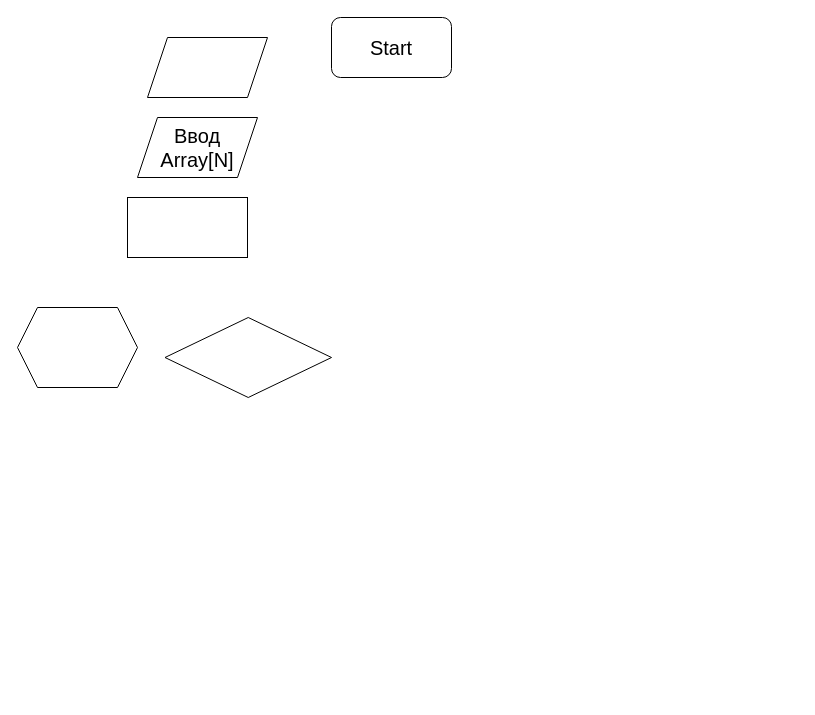
RomanBorisov2022/TEST keeps this draw.io diagram as test.drawio. Above is the earlier version. Source tidied: cells renumbered, new cells numbered last; positions are measured from the earlier drawing's top-left corner, leaving out a move shared by most shapes. Both pictures are drawn from the tidied source at 100%, with x=0, y=0 at pixel (17, 17).
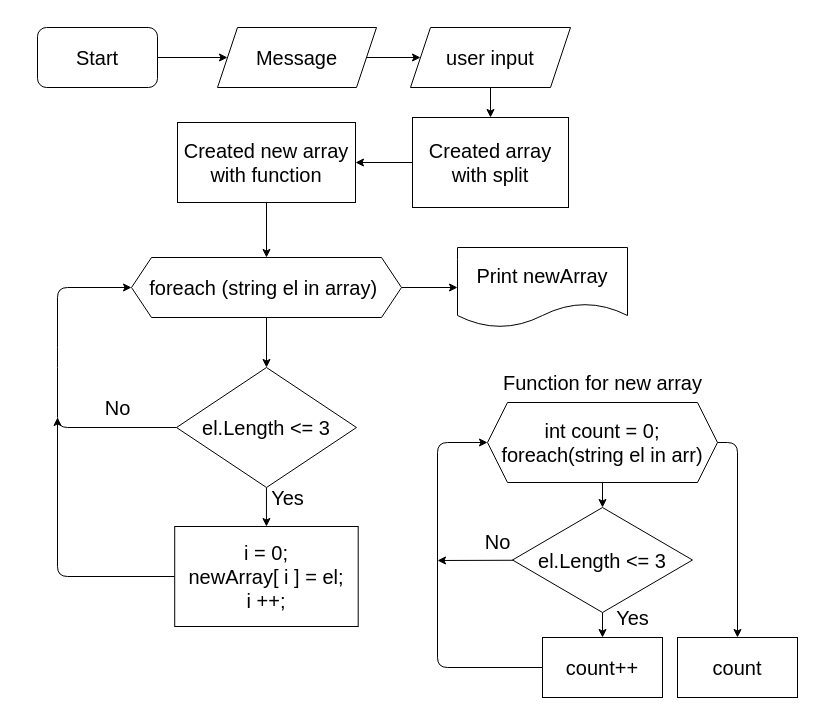
The same page after the edit.

Change to the diagram source:
```diff
@@
+    <mxCell id="8" style="edgeStyle=none;html=1;entryX=0;entryY=0.5;entryDx=0;entryDy=0;fontSize=20;" parent="1" edge="1" source="2" target="14">
+      <mxGeometry relative="1" as="geometry" />
+    </mxCell>
     <mxCell id="2" value="&lt;font style=&quot;font-size: 20px&quot;&gt;Start&lt;/font&gt;" style="rounded=1;whiteSpace=wrap;html=1;" parent="1" vertex="1">
-      <mxGeometry x="314" width="120" height="60" as="geometry" />
+      <mxGeometry x="20" y="10" width="120" height="60" as="geometry" />
     </mxCell>
+    <mxCell id="9" style="edgeStyle=none;html=1;entryX=0.5;entryY=0;entryDx=0;entryDy=0;fontSize=20;" parent="1" edge="1" source="3" target="4">
+      <mxGeometry relative="1" as="geometry" />
+    </mxCell>
-    <mxCell id="3" value="Ввод Array[N]" style="shape=parallelogram;perimeter=parallelogramPerimeter;whiteSpace=wrap;html=1;fixedSize=1;fontSize=20;" parent="1" vertex="1">
-      <mxGeometry x="120" y="100" width="120" height="60" as="geometry" />
+    <mxCell id="3" value="user input" style="shape=parallelogram;perimeter=parallelogramPerimeter;whiteSpace=wrap;html=1;fixedSize=1;fontSize=20;" parent="1" vertex="1">
+      <mxGeometry x="393" y="10" width="160" height="60" as="geometry" />
     </mxCell>
+    <mxCell id="10" style="edgeStyle=none;html=1;entryX=1;entryY=0.5;entryDx=0;entryDy=0;fontSize=20;" parent="1" edge="1" source="4" target="12">
+      <mxGeometry relative="1" as="geometry" />
+    </mxCell>
-    <mxCell id="4" style="rounded=0;whiteSpace=wrap;html=1;" parent="1" vertex="1">
-      <mxGeometry x="110" y="180" width="120" height="60" as="geometry" />
+    <mxCell id="4" value="&lt;font style=&quot;font-size: 20px&quot;&gt;Created array with split&lt;br&gt;&lt;/font&gt;" style="rounded=0;whiteSpace=wrap;html=1;" parent="1" vertex="1">
+      <mxGeometry x="395" y="100" width="156" height="90" as="geometry" />
     </mxCell>
-    <mxCell id="5" style="rhombus;whiteSpace=wrap;html=1;" parent="1" vertex="1">
-      <mxGeometry x="147.5" y="300" width="166.5" height="80" as="geometry" />
-    </mxCell>
-    <mxCell id="6" style="shape=hexagon;perimeter=hexagonPerimeter2;whiteSpace=wrap;html=1;fixedSize=1;" parent="1" vertex="1">
-      <mxGeometry y="290" width="120" height="80" as="geometry" />
-    </mxCell>
-    <mxCell id="7" style="shape=parallelogram;perimeter=parallelogramPerimeter;whiteSpace=wrap;html=1;fixedSize=1;" parent="1" vertex="1">
-      <mxGeometry x="130" y="20" width="120" height="60" as="geometry" />
-    </mxCell>
+    <mxCell id="11" style="edgeStyle=none;html=1;entryX=0.5;entryY=0;entryDx=0;entryDy=0;fontSize=20;" parent="1" edge="1" source="12" target="17">
+      <mxGeometry relative="1" as="geometry" />
+    </mxCell>
+    <mxCell id="12" value="&lt;font style=&quot;font-size: 20px&quot;&gt;Created new array with function&lt;/font&gt;" style="rounded=0;whiteSpace=wrap;html=1;" parent="1" vertex="1">
+      <mxGeometry x="160" y="105" width="178" height="80" as="geometry" />
+    </mxCell>
+    <mxCell id="13" style="edgeStyle=none;html=1;fontSize=20;" parent="1" edge="1" source="14" target="3">
+      <mxGeometry relative="1" as="geometry" />
+    </mxCell>
+    <mxCell id="14" value="Message" style="shape=parallelogram;perimeter=parallelogramPerimeter;whiteSpace=wrap;html=1;fixedSize=1;fontSize=20;" parent="1" vertex="1">
+      <mxGeometry x="200" y="10" width="159" height="60" as="geometry" />
+    </mxCell>
+    <mxCell id="15" style="edgeStyle=none;html=1;entryX=0.5;entryY=0;entryDx=0;entryDy=0;fontSize=20;" parent="1" edge="1" source="17" target="20">
+      <mxGeometry relative="1" as="geometry" />
+    </mxCell>
+    <mxCell id="16" style="edgeStyle=none;html=1;entryX=0;entryY=0.5;entryDx=0;entryDy=0;fontSize=20;" parent="1" edge="1" source="17" target="25">
+      <mxGeometry relative="1" as="geometry" />
+    </mxCell>
+    <mxCell id="17" value="foreach (string el in array)&amp;nbsp;" style="shape=hexagon;perimeter=hexagonPerimeter2;whiteSpace=wrap;html=1;fixedSize=1;fontSize=20;" parent="1" vertex="1">
+      <mxGeometry x="114" y="240" width="270" height="60" as="geometry" />
+    </mxCell>
+    <mxCell id="18" style="edgeStyle=none;html=1;entryX=0;entryY=0.5;entryDx=0;entryDy=0;fontSize=20;exitX=0;exitY=0.5;exitDx=0;exitDy=0;" parent="1" edge="1" source="20" target="17">
+      <mxGeometry relative="1" as="geometry">
+        <Array as="points">
+          <mxPoint x="40" y="410" />
+          <mxPoint x="40" y="340" />
+          <mxPoint x="40" y="270" />
+        </Array>
+      </mxGeometry>
+    </mxCell>
+    <mxCell id="19" style="edgeStyle=none;html=1;entryX=0.5;entryY=0;entryDx=0;entryDy=0;fontSize=20;" parent="1" edge="1" source="20" target="23">
+      <mxGeometry relative="1" as="geometry" />
+    </mxCell>
+    <mxCell id="20" value="el.Length &amp;lt;= 3" style="rhombus;whiteSpace=wrap;html=1;fontSize=20;" parent="1" vertex="1">
+      <mxGeometry x="159" y="350" width="180" height="120" as="geometry" />
+    </mxCell>
+    <mxCell id="21" value="No" style="text;html=1;align=center;verticalAlign=middle;strokeColor=none;fillColor=none;fontSize=20;" parent="1" vertex="1">
+      <mxGeometry x="80" y="375" width="40" height="30" as="geometry" />
+    </mxCell>
+    <mxCell id="22" style="edgeStyle=none;html=1;fontSize=20;" parent="1" edge="1" source="23">
+      <mxGeometry relative="1" as="geometry">
+        <mxPoint x="40" y="400" as="targetPoint" />
+        <Array as="points">
+          <mxPoint x="40" y="559" />
+        </Array>
+      </mxGeometry>
+    </mxCell>
+    <mxCell id="23" value="i = 0;&lt;br&gt;newArray[ i ] = el;&lt;br&gt;i ++;" style="rounded=0;whiteSpace=wrap;html=1;fontSize=20;" parent="1" vertex="1">
+      <mxGeometry x="157.2" y="509" width="183.5" height="100" as="geometry" />
+    </mxCell>
+    <mxCell id="24" value="Yes" style="text;html=1;align=center;verticalAlign=middle;strokeColor=none;fillColor=none;fontSize=20;" parent="1" vertex="1">
+      <mxGeometry x="245" y="465" width="50" height="30" as="geometry" />
+    </mxCell>
+    <mxCell id="25" value="Print newArray" style="shape=document;whiteSpace=wrap;html=1;boundedLbl=1;fontSize=20;" parent="1" vertex="1">
+      <mxGeometry x="440" y="230" width="170" height="80" as="geometry" />
+    </mxCell>
+    <mxCell id="26" value="Function for new array" style="text;html=1;align=center;verticalAlign=middle;strokeColor=none;fillColor=none;fontSize=20;" parent="1" vertex="1">
+      <mxGeometry x="480" y="350" width="210" height="30" as="geometry" />
+    </mxCell>
+    <mxCell id="27" style="edgeStyle=none;html=1;entryX=0.5;entryY=0;entryDx=0;entryDy=0;fontSize=20;exitX=0.5;exitY=1;exitDx=0;exitDy=0;" parent="1" edge="1" source="36" target="30">
+      <mxGeometry relative="1" as="geometry" />
+    </mxCell>
+    <mxCell id="28" style="edgeStyle=none;html=1;entryX=0.5;entryY=0;entryDx=0;entryDy=0;fontSize=20;" parent="1" edge="1" source="30" target="32">
+      <mxGeometry relative="1" as="geometry" />
+    </mxCell>
+    <mxCell id="29" style="edgeStyle=none;html=1;fontSize=20;" parent="1" edge="1" source="30">
+      <mxGeometry relative="1" as="geometry">
+        <mxPoint x="420" y="543" as="targetPoint" />
+      </mxGeometry>
+    </mxCell>
+    <mxCell id="30" value="&lt;span&gt;el.Length &amp;lt;= 3&lt;/span&gt;" style="rhombus;whiteSpace=wrap;html=1;fontSize=20;" parent="1" vertex="1">
+      <mxGeometry x="495" y="490" width="180" height="105" as="geometry" />
+    </mxCell>
+    <mxCell id="31" style="edgeStyle=none;html=1;entryX=0;entryY=0.5;entryDx=0;entryDy=0;fontSize=20;" parent="1" edge="1" source="32" target="36">
+      <mxGeometry relative="1" as="geometry">
+        <Array as="points">
+          <mxPoint x="420" y="650" />
+          <mxPoint x="420" y="425" />
+        </Array>
+      </mxGeometry>
+    </mxCell>
+    <mxCell id="32" value="count++" style="rounded=0;whiteSpace=wrap;html=1;fontSize=20;" parent="1" vertex="1">
+      <mxGeometry x="525" y="620" width="120" height="60" as="geometry" />
+    </mxCell>
+    <mxCell id="33" value="Yes" style="text;html=1;align=center;verticalAlign=middle;strokeColor=none;fillColor=none;fontSize=20;" parent="1" vertex="1">
+      <mxGeometry x="590" y="585" width="50" height="30" as="geometry" />
+    </mxCell>
+    <mxCell id="34" value="No" style="text;html=1;align=center;verticalAlign=middle;strokeColor=none;fillColor=none;fontSize=20;" parent="1" vertex="1">
+      <mxGeometry x="460" y="509" width="40" height="30" as="geometry" />
+    </mxCell>
+    <mxCell id="35" style="edgeStyle=none;html=1;entryX=0.5;entryY=0;entryDx=0;entryDy=0;fontSize=20;exitX=1;exitY=0.5;exitDx=0;exitDy=0;" parent="1" edge="1" source="36" target="37">
+      <mxGeometry relative="1" as="geometry">
+        <Array as="points">
+          <mxPoint x="720" y="425" />
+        </Array>
+      </mxGeometry>
+    </mxCell>
+    <mxCell id="36" value="&lt;span&gt;int count = 0;&lt;/span&gt;&lt;br&gt;&lt;span&gt;foreach(string el in arr)&lt;/span&gt;" style="shape=hexagon;perimeter=hexagonPerimeter2;whiteSpace=wrap;html=1;fixedSize=1;fontSize=20;" parent="1" vertex="1">
+      <mxGeometry x="470" y="385" width="230" height="80" as="geometry" />
+    </mxCell>
+    <mxCell id="37" value="count" style="rounded=0;whiteSpace=wrap;html=1;fontSize=20;" parent="1" vertex="1">
+      <mxGeometry x="660" y="620" width="120" height="60" as="geometry" />
+    </mxCell>
```
